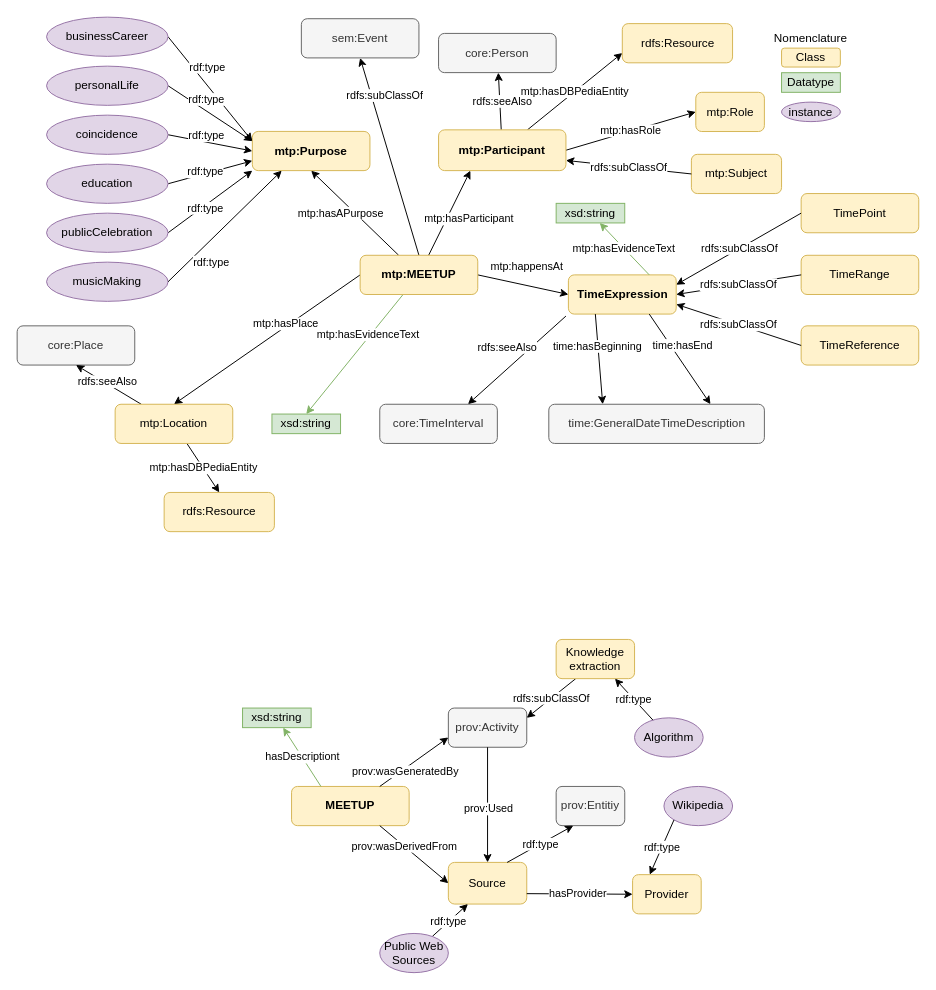
Above: page "V0.3" (1 of 3) of meetups-ont-diagram.drawio in polifonia-project/meetups-ontology (draw.io), before the change. Source tidied: cells renumbered, new cells numbered last; positions are measured from the earlier drawing's top-left corner, leaving out a move shared by most shapes. Both pictures are drawn from the tidied source at 98%, with x=0, y=0 at pixel (17, 17).
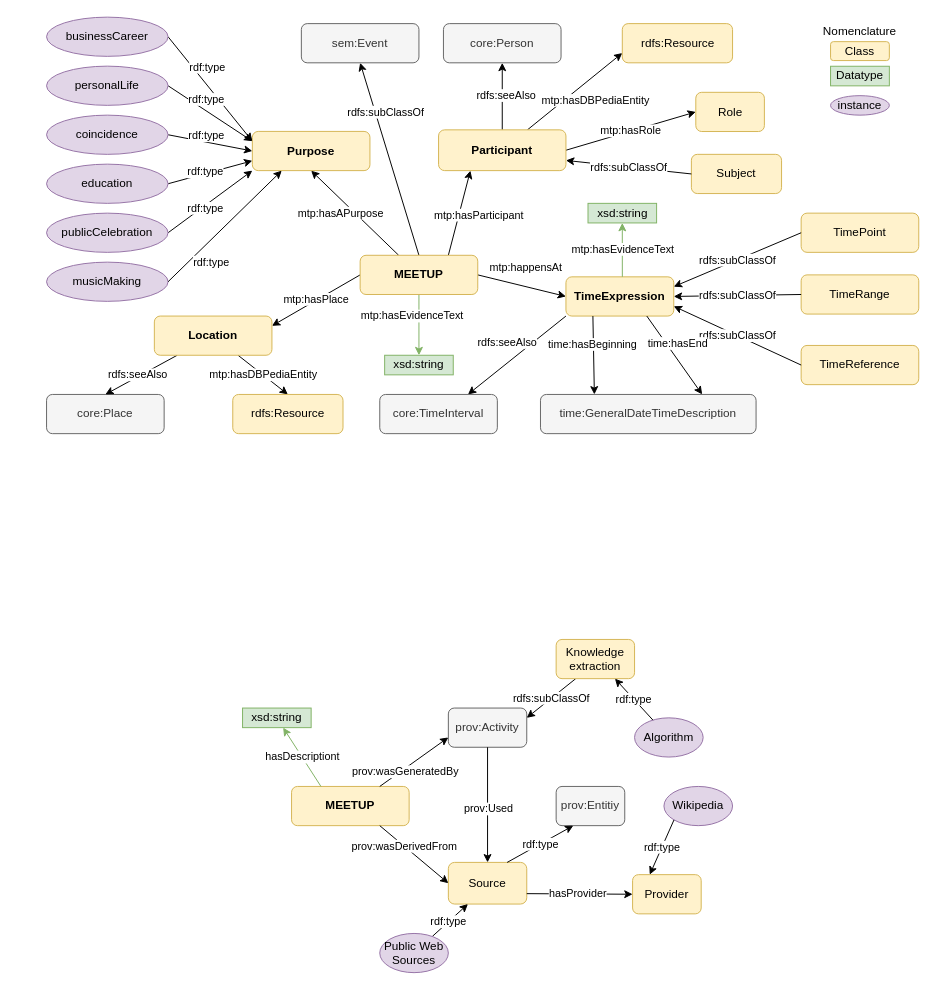
The same page after the edit.

The change refers to these unchanged cells:
```xml
<mxCell id="21" style="rounded=0;jettySize=auto;html=1;entryX=0.5;entryY=1;entryDx=0;entryDy=0;exitX=0.5;exitY=0;exitDx=0;exitDy=0;" parent="1" edge="1" source="25" target="47">
  <mxGeometry relative="1" as="geometry" />
</mxCell>
<mxCell id="91" value="rdfs:Resource" style="rounded=1;whiteSpace=wrap;html=1;fillColor=#fff2cc;strokeColor=#d6b656;" parent="1" vertex="1">
  <mxGeometry x="617.5" y="6.6" width="112.5" height="40" as="geometry" />
</mxCell>
```

What changed in the source:
```diff
@@
     <mxCell id="2" value="Class" style="rounded=1;whiteSpace=wrap;html=1;fillColor=#fff2cc;strokeColor=#d6b656;" parent="1" vertex="1">
-      <mxGeometry x="780" y="31.6" width="60" height="19.3" as="geometry" />
+      <mxGeometry x="830" y="25" width="60" height="19.3" as="geometry" />
     </mxCell>
     <mxCell id="3" value="Datatype" style="rounded=0;whiteSpace=wrap;html=1;fillColor=#d5e8d4;strokeColor=#82b366;" parent="1" vertex="1">
-      <mxGeometry x="780" y="56.7" width="60" height="20" as="geometry" />
+      <mxGeometry x="830" y="50.1" width="60" height="20" as="geometry" />
     </mxCell>
     <mxCell id="4" value="instance" style="ellipse;whiteSpace=wrap;html=1;fillColor=#e1d5e7;strokeColor=#9673a6;" parent="1" vertex="1">
-      <mxGeometry x="780" y="86.7" width="60" height="19.9" as="geometry" />
+      <mxGeometry x="830" y="80.1" width="60" height="19.9" as="geometry" />
     </mxCell>
@@
     <mxCell id="7" value="TimeExpression" style="rounded=1;whiteSpace=wrap;html=1;fillColor=#fff2cc;strokeColor=#d6b656;fontStyle=1;" parent="1" vertex="1">
-      <mxGeometry x="562.5" y="263" width="110" height="40" as="geometry" />
+      <mxGeometry x="560" y="265" width="110" height="40" as="geometry" />
     </mxCell>
     <mxCell id="8" value="TimePoint" style="rounded=1;whiteSpace=wrap;html=1;fillColor=#fff2cc;strokeColor=#d6b656;fontStyle=0;" parent="1" vertex="1">
-      <mxGeometry x="800" y="180" width="120" height="40" as="geometry" />
+      <mxGeometry x="800" y="200" width="120" height="40" as="geometry" />
     </mxCell>
     <mxCell id="9" value="TimeRange" style="rounded=1;whiteSpace=wrap;html=1;fillColor=#fff2cc;strokeColor=#d6b656;fontStyle=0;" parent="1" vertex="1">
-      <mxGeometry x="800" y="243" width="120" height="40" as="geometry" />
+      <mxGeometry x="800" y="263" width="120" height="40" as="geometry" />
     </mxCell>
     <mxCell id="10" value="TimeReference" style="rounded=1;whiteSpace=wrap;html=1;fillColor=#fff2cc;strokeColor=#d6b656;fontStyle=0;" parent="1" vertex="1">
-      <mxGeometry x="800" y="315" width="120" height="40" as="geometry" />
+      <mxGeometry x="800" y="335" width="120" height="40" as="geometry" />
     </mxCell>
@@
     <mxCell id="14" value="Nomenclature" style="text;html=1;strokeColor=none;fillColor=none;align=center;verticalAlign=middle;whiteSpace=wrap;rounded=0;" parent="1" vertex="1">
-      <mxGeometry x="780" y="6.6" width="60" height="30" as="geometry" />
+      <mxGeometry x="830" width="60" height="30" as="geometry" />
     </mxCell>
-    <mxCell id="15" style="edgeStyle=none;rounded=0;jettySize=auto;html=1;entryX=0.5;entryY=0;entryDx=0;entryDy=0;exitX=0;exitY=0.5;exitDx=0;exitDy=0;" parent="1" edge="1" source="25" target="90">
+    <mxCell id="15" style="edgeStyle=none;rounded=0;jettySize=auto;html=1;entryX=1;entryY=0.25;entryDx=0;entryDy=0;exitX=0;exitY=0.5;exitDx=0;exitDy=0;" parent="1" edge="1" source="25" target="90">
       <mxGeometry relative="1" as="geometry" />
     </mxCell>
@@
-    <mxCell id="17" value="mtp:hasParticipant" style="edgeStyle=none;rounded=0;jettySize=auto;html=1;entryX=0.25;entryY=1;entryDx=0;entryDy=0;" parent="1" edge="1" source="25" target="31">
+    <mxCell id="17" value="mtp:hasParticipant" style="edgeStyle=none;rounded=0;jettySize=auto;html=1;entryX=0.25;entryY=1;entryDx=0;entryDy=0;exitX=0.75;exitY=0;exitDx=0;exitDy=0;" parent="1" edge="1" source="25" target="31">
       <mxGeometry x="0.08" y="-21" relative="1" as="geometry">
         <mxPoint x="-1" as="offset" />
       </mxGeometry>
     </mxCell>
@@
     <mxCell id="22" value="rdfs:subClassOf" style="edgeLabel;html=1;align=center;verticalAlign=middle;" parent="21" vertex="1">
       <mxGeometry x="0.5" relative="1" as="geometry">
-        <mxPoint x="10" y="-12" as="offset" />
+        <mxPoint x="10" y="1" as="offset" />
       </mxGeometry>
     </mxCell>
@@
-    <mxCell id="25" value="mtp:MEETUP" style="rounded=1;whiteSpace=wrap;html=1;fillColor=#fff2cc;strokeColor=#d6b656;fontStyle=1;" parent="1" vertex="1">
+    <mxCell id="25" value="MEETUP" style="rounded=1;whiteSpace=wrap;html=1;fillColor=#fff2cc;strokeColor=#d6b656;fontStyle=1;" parent="1" vertex="1">
       <mxGeometry x="350" y="243" width="120" height="40" as="geometry" />
     </mxCell>
-    <mxCell id="26" value="mtp:Purpose" style="rounded=1;whiteSpace=wrap;html=1;fillColor=#fff2cc;strokeColor=#d6b656;fontStyle=1;" parent="1" vertex="1">
+    <mxCell id="26" value="Purpose" style="rounded=1;whiteSpace=wrap;html=1;fillColor=#fff2cc;strokeColor=#d6b656;fontStyle=1;" parent="1" vertex="1">
       <mxGeometry x="240" y="116.6" width="120" height="40" as="geometry" />
     </mxCell>
@@
     <mxCell id="30" value="mtp:hasDBPediaEntity" style="edgeStyle=none;rounded=0;jettySize=auto;html=1;entryX=0;entryY=0.75;entryDx=0;entryDy=0;" parent="1" edge="1" source="31" target="91">
-      <mxGeometry relative="1" as="geometry" />
+      <mxGeometry x="0.17" y="-20" relative="1" as="geometry" />
     </mxCell>
-    <mxCell id="31" value="mtp:Participant" style="rounded=1;whiteSpace=wrap;html=1;fillColor=#fff2cc;strokeColor=#d6b656;fontStyle=1;" parent="1" vertex="1">
+    <mxCell id="31" value="Participant" style="rounded=1;whiteSpace=wrap;html=1;fillColor=#fff2cc;strokeColor=#d6b656;fontStyle=1;" parent="1" vertex="1">
       <mxGeometry x="430" y="115" width="130" height="41.6" as="geometry" />
     </mxCell>
     <mxCell id="32" value="core:Place" style="rounded=1;whiteSpace=wrap;html=1;fillColor=#f5f5f5;strokeColor=#666666;fontStyle=0;fontColor=#333333;" parent="1" vertex="1">
-      <mxGeometry y="315" width="120" height="40" as="geometry" />
+      <mxGeometry x="30" y="385" width="120" height="40" as="geometry" />
     </mxCell>
-    <mxCell id="33" value="mtp:Role" style="rounded=1;whiteSpace=wrap;html=1;fillColor=#fff2cc;strokeColor=#d6b656;" parent="1" vertex="1">
+    <mxCell id="33" value="Role" style="rounded=1;whiteSpace=wrap;html=1;fillColor=#fff2cc;strokeColor=#d6b656;" parent="1" vertex="1">
       <mxGeometry x="692.5" y="76.7" width="70" height="40" as="geometry" />
     </mxCell>
-    <mxCell id="34" value="mtp:Subject" style="rounded=1;whiteSpace=wrap;html=1;fillColor=#fff2cc;strokeColor=#d6b656;fontStyle=0;" parent="1" vertex="1">
+    <mxCell id="34" value="Subject" style="rounded=1;whiteSpace=wrap;html=1;fillColor=#fff2cc;strokeColor=#d6b656;fontStyle=0;" parent="1" vertex="1">
       <mxGeometry x="688" y="140" width="92" height="40" as="geometry" />
     </mxCell>
@@
     <mxCell id="46" value="core:Person" style="rounded=1;whiteSpace=wrap;html=1;fillColor=#f5f5f5;strokeColor=#666666;fontColor=#333333;" parent="1" vertex="1">
-      <mxGeometry x="430" y="16.6" width="120" height="40" as="geometry" />
+      <mxGeometry x="435" y="6.6" width="120" height="40" as="geometry" />
     </mxCell>
     <mxCell id="47" value="sem:Event" style="rounded=1;whiteSpace=wrap;html=1;fillColor=#f5f5f5;strokeColor=#666666;fontColor=#333333;" parent="1" vertex="1">
-      <mxGeometry x="290" y="1.6" width="120" height="40" as="geometry" />
+      <mxGeometry x="290" y="6.6" width="120" height="40" as="geometry" />
     </mxCell>
@@
-    <mxCell id="56" value="mtp:hasEvidenceText" style="endArrow=classic;html=1;rounded=0;exitX=0.75;exitY=0;exitDx=0;exitDy=0;fillColor=#d5e8d4;strokeColor=#82b366;" parent="1" edge="1" source="7" target="57">
+    <mxCell id="56" value="mtp:hasEvidenceText" style="endArrow=classic;html=1;rounded=0;exitX=0.523;exitY=0;exitDx=0;exitDy=0;fillColor=#d5e8d4;strokeColor=#82b366;exitPerimeter=0;" parent="1" edge="1" source="7" target="57">
       <mxGeometry relative="1" as="geometry" />
     </mxCell>
     <mxCell id="57" value="xsd:string" style="rounded=0;whiteSpace=wrap;html=1;fillColor=#d5e8d4;strokeColor=#82b366;" parent="1" vertex="1">
-      <mxGeometry x="550" y="190" width="70" height="20" as="geometry" />
+      <mxGeometry x="582.5" y="190" width="70" height="20" as="geometry" />
     </mxCell>
@@
     <mxCell id="60" value="time:GeneralDateTimeDescription" style="rounded=1;whiteSpace=wrap;html=1;fillColor=#f5f5f5;strokeColor=#666666;fontColor=#333333;" parent="1" vertex="1">
-      <mxGeometry x="542.5" y="395" width="220" height="40" as="geometry" />
+      <mxGeometry x="534" y="385" width="220" height="40" as="geometry" />
     </mxCell>
@@
     <mxCell id="85" value="core:TimeInterval" style="rounded=1;whiteSpace=wrap;html=1;fillColor=#f5f5f5;strokeColor=#666666;fontStyle=0;fontColor=#333333;" parent="1" vertex="1">
-      <mxGeometry x="370" y="395" width="120" height="40" as="geometry" />
+      <mxGeometry x="370" y="385" width="120" height="40" as="geometry" />
     </mxCell>
     <mxCell id="86" value="xsd:string" style="rounded=0;whiteSpace=wrap;html=1;fillColor=#d5e8d4;strokeColor=#82b366;" parent="1" vertex="1">
-      <mxGeometry x="260" y="405" width="70" height="20" as="geometry" />
+      <mxGeometry x="375" y="345" width="70" height="20" as="geometry" />
     </mxCell>
-    <mxCell id="87" style="edgeStyle=none;rounded=0;jettySize=auto;html=1;entryX=0.5;entryY=1;entryDx=0;entryDy=0;" parent="1" edge="1" source="90" target="32">
+    <mxCell id="87" style="edgeStyle=none;rounded=0;jettySize=auto;html=1;entryX=0.5;entryY=0;entryDx=0;entryDy=0;" parent="1" edge="1" source="90" target="32">
       <mxGeometry relative="1" as="geometry" />
     </mxCell>
@@
-    <mxCell id="90" value="mtp:Location" style="rounded=1;whiteSpace=wrap;html=1;fillColor=#fff2cc;strokeColor=#d6b656;fontStyle=0;" parent="1" vertex="1">
-      <mxGeometry x="100" y="395" width="120" height="40" as="geometry" />
+    <mxCell id="90" value="Location" style="rounded=1;whiteSpace=wrap;html=1;fillColor=#fff2cc;strokeColor=#d6b656;fontStyle=1;" parent="1" vertex="1">
+      <mxGeometry x="140" y="305" width="120" height="40" as="geometry" />
     </mxCell>
@@
     <mxCell id="92" value="rdfs:Resource" style="rounded=1;whiteSpace=wrap;html=1;fillColor=#fff2cc;strokeColor=#d6b656;" parent="1" vertex="1">
-      <mxGeometry x="150" y="485" width="112.5" height="40" as="geometry" />
+      <mxGeometry x="220" y="385" width="112.5" height="40" as="geometry" />
     </mxCell>
```
